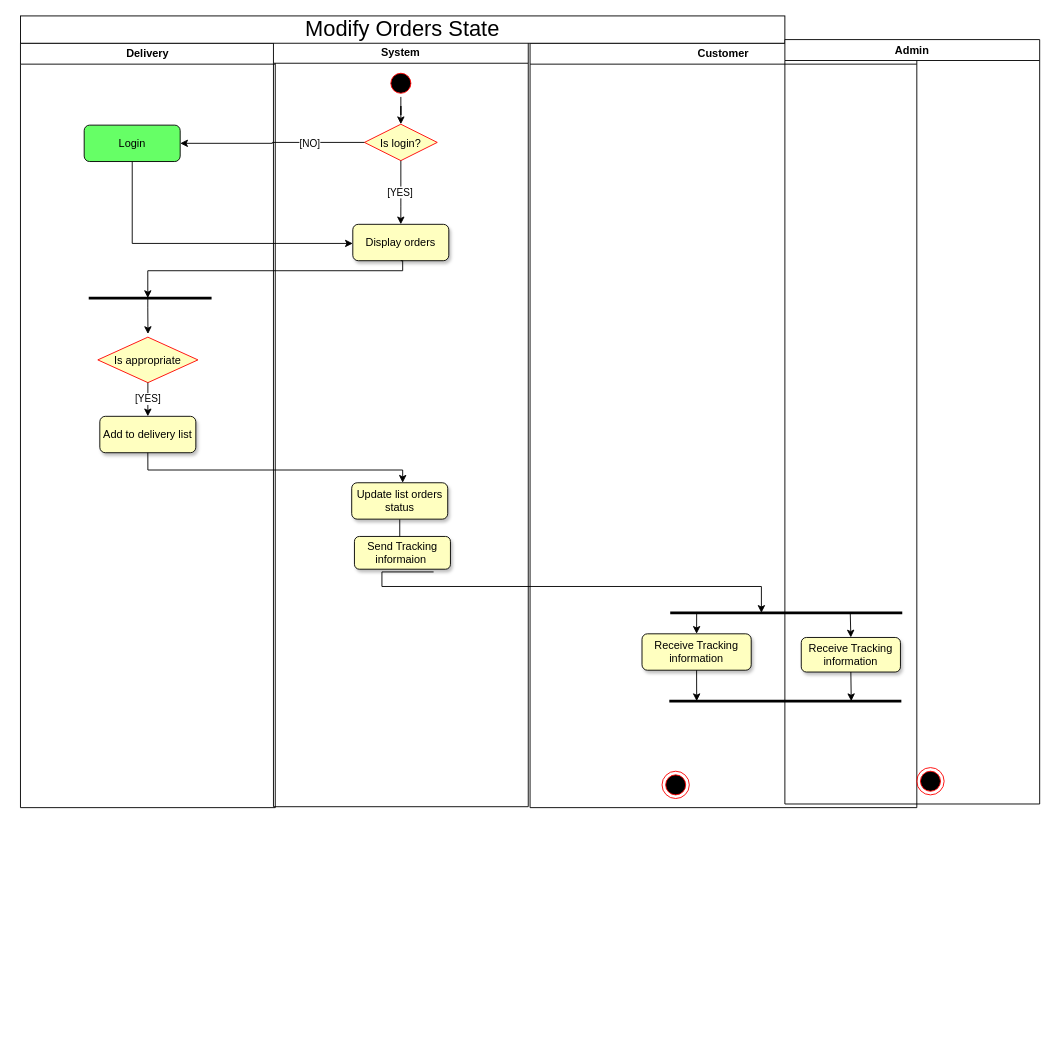
Earlier version of the draw.io diagram UML/activity diagram and scenario/Delivery Modifies Orders State/Modify Orders State activity diagram.drawio (eltohamy3/Ecommerce-System-analysis_project). Source tidied: cells renumbered, new cells numbered last; positions are measured from the earlier drawing's top-left corner, leaving out a move shared by most shapes. Both pictures are drawn from the tidied source at 91%, with x=0, y=0 at pixel (20, 15).
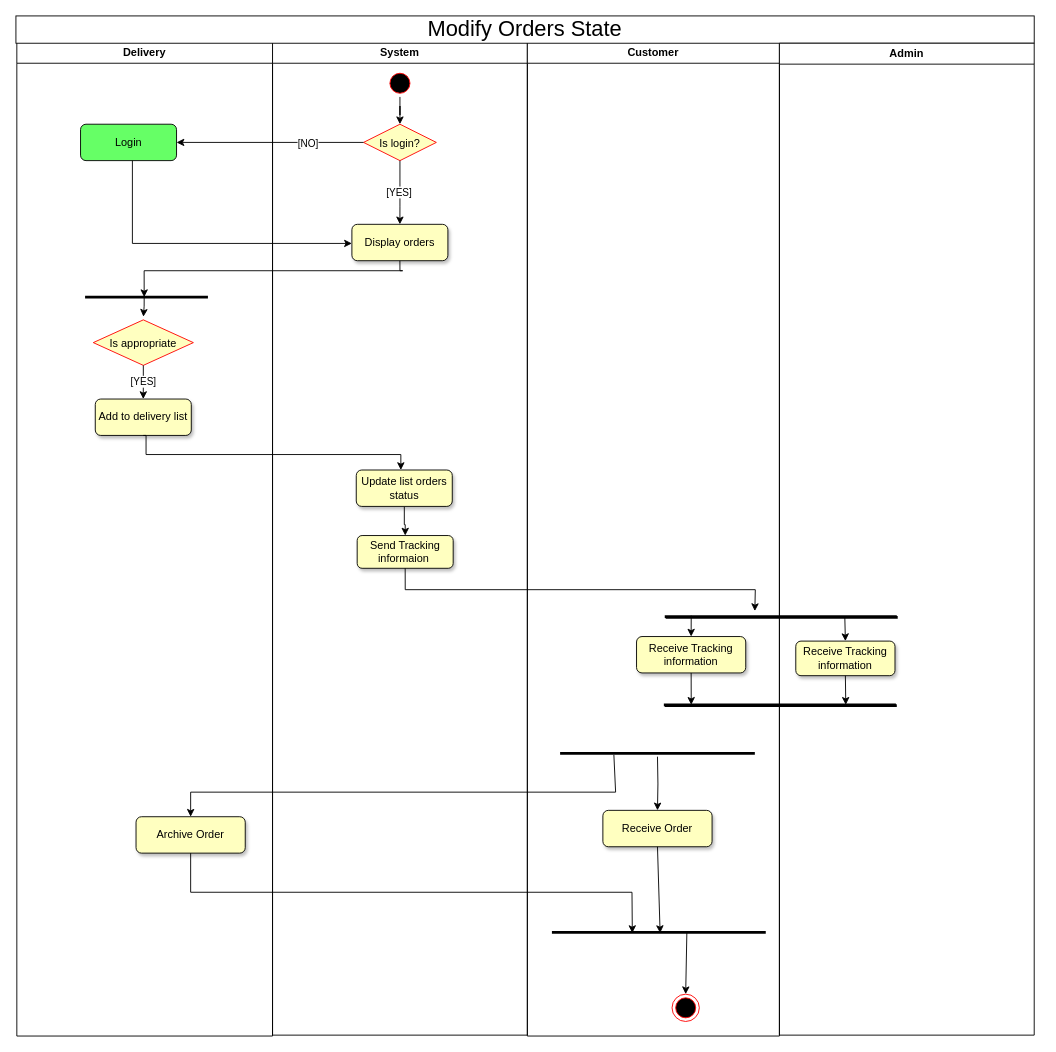
The same page after the edit.

Commit message (it also covers changes not shown here):
Update Modify Order Status

The edit, as a diff of the source:
```diff
@@
     <mxCell id="2" value="Delivery" style="swimlane;whiteSpace=wrap;fillColor=#FFFFFF;" parent="1" vertex="1">
-      <mxGeometry y="30" width="280" height="840" as="geometry" />
+      <mxGeometry x="-4" y="29" width="281" height="1092" as="geometry" />
     </mxCell>
@@
+    <mxCell id="8" value="&lt;span style=&quot;text-wrap-mode: nowrap;&quot;&gt;Login&lt;/span&gt;" style="rounded=1;whiteSpace=wrap;html=1;fillColor=#66FF66;" parent="2" vertex="1">
+      <mxGeometry x="70" y="90" width="105.5" height="40" as="geometry" />
+    </mxCell>
     <mxCell id="5" value="Is appropriate" style="rhombus;fillColor=#FFFFC0;strokeColor=#ff0000;" parent="2" vertex="1">
-      <mxGeometry x="85" y="323" width="110" height="50" as="geometry" />
+      <mxGeometry x="84" y="305" width="110" height="50" as="geometry" />
     </mxCell>
@@
     <mxCell id="7" value="Add to delivery list" style="rounded=1;whiteSpace=wrap;html=1;fillColor=#FFFFC0;shadow=1;" parent="2" vertex="1">
-      <mxGeometry x="87.2" y="410" width="105.5" height="40" as="geometry" />
+      <mxGeometry x="86.2" y="392" width="105.5" height="40" as="geometry" />
     </mxCell>
-    <mxCell id="8" value="&lt;span style=&quot;text-wrap-mode: nowrap;&quot;&gt;Login&lt;/span&gt;" style="rounded=1;whiteSpace=wrap;html=1;fillColor=#66FF66;" parent="2" vertex="1">
-      <mxGeometry x="70" y="90" width="105.5" height="40" as="geometry" />
-    </mxCell>
-    <mxCell id="9" value="System" style="swimlane;whiteSpace=wrap;fillColor=#FFFFFF;" parent="1" vertex="1">
-      <mxGeometry x="278" y="29" width="280" height="840" as="geometry" />
-    </mxCell>
-    <mxCell id="10" value="Display orders" style="rounded=1;whiteSpace=wrap;html=1;fillColor=#FFFFC0;shadow=1;" parent="9" vertex="1">
-      <mxGeometry x="87.2" y="200" width="105.5" height="40" as="geometry" />
-    </mxCell>
-    <mxCell id="11" style="edgeStyle=orthogonalEdgeStyle;rounded=0;jettySize=auto;html=1;fillColor=#FFFFC0;" parent="9" edge="1" source="12" target="13">
+    <mxCell id="11" style="edgeStyle=orthogonalEdgeStyle;rounded=0;jettySize=auto;html=1;fillColor=#FFFFC0;" parent="2" edge="1" source="12" target="13">
       <mxGeometry relative="1" as="geometry" />
     </mxCell>
-    <mxCell id="12" value="Update list orders status" style="rounded=1;whiteSpace=wrap;html=1;fillColor=#FFFFC0;shadow=1;" parent="9" vertex="1">
-      <mxGeometry x="86" y="484" width="105.5" height="40" as="geometry" />
+    <mxCell id="12" value="Update list orders status" style="rounded=1;whiteSpace=wrap;html=1;fillColor=#FFFFC0;shadow=1;" parent="2" vertex="1">
+      <mxGeometry x="373" y="470" width="105.5" height="40" as="geometry" />
     </mxCell>
-    <mxCell id="13" value="Send Tracking informaion&amp;nbsp;" style="rounded=1;whiteSpace=wrap;html=1;fillColor=#FFFFC0;shadow=1;" parent="9" vertex="1">
-      <mxGeometry x="89" y="543" width="105.5" height="36" as="geometry" />
+    <mxCell id="13" value="Send Tracking informaion&amp;nbsp;" style="rounded=1;whiteSpace=wrap;html=1;fillColor=#FFFFC0;shadow=1;" parent="2" vertex="1">
+      <mxGeometry x="374" y="542" width="105.5" height="36" as="geometry" />
     </mxCell>
+    <mxCell id="19" style="edgeStyle=orthogonalEdgeStyle;rounded=0;jettySize=auto;html=1;exitX=0.5;exitY=1;exitDx=0;exitDy=0;fillColor=#FFFFC0;" parent="2" edge="1" source="7" target="12">
+      <mxGeometry relative="1" as="geometry">
+        <Array as="points">
+          <mxPoint x="142" y="453" />
+          <mxPoint x="422" y="453" />
+        </Array>
+      </mxGeometry>
+    </mxCell>
+    <mxCell id="9" value="System" style="swimlane;whiteSpace=wrap;fillColor=#FFFFFF;" parent="1" vertex="1">
+      <mxGeometry x="277" y="29" width="280" height="1091" as="geometry" />
+    </mxCell>
+    <mxCell id="10" value="Display orders" style="rounded=1;whiteSpace=wrap;html=1;fillColor=#FFFFC0;shadow=1;" parent="9" vertex="1">
+      <mxGeometry x="87.2" y="200" width="105.5" height="40" as="geometry" />
+    </mxCell>
@@
-    <mxCell id="19" style="edgeStyle=orthogonalEdgeStyle;rounded=0;jettySize=auto;html=1;exitX=0.5;exitY=1;exitDx=0;exitDy=0;fillColor=#FFFFC0;" parent="1" edge="1" source="7" target="12">
-      <mxGeometry relative="1" as="geometry">
-        <Array as="points">
-          <mxPoint x="140" y="499" />
-          <mxPoint x="420" y="499" />
-        </Array>
-      </mxGeometry>
-    </mxCell>
@@
     <mxCell id="21" value="Customer" style="swimlane;whiteSpace=wrap;fillColor=#FFFFFF;" parent="1" vertex="1">
-      <mxGeometry x="560" y="30" width="425" height="840" as="geometry" />
+      <mxGeometry x="557" y="29" width="277" height="1092" as="geometry" />
     </mxCell>
+    <mxCell id="23" value="Receive Tracking information" style="rounded=1;whiteSpace=wrap;html=1;fillColor=#FFFFC0;shadow=1;" parent="21" vertex="1">
+      <mxGeometry x="120" y="653" width="120" height="40" as="geometry" />
+    </mxCell>
+    <mxCell id="38" style="line;strokeWidth=3;fillColor=#FFFFC0;align=left;verticalAlign=middle;spacingTop=-1;spacingLeft=3;spacingRight=3;labelPosition=right;strokeColor=inherit;" parent="21" vertex="1">
+      <mxGeometry x="36" y="712" width="214" height="139" as="geometry" />
+    </mxCell>
+    <mxCell id="39" style="line;strokeWidth=3;fillColor=#FFFFC0;align=left;verticalAlign=middle;spacingTop=-1;spacingLeft=3;spacingRight=3;labelPosition=right;points=[];portConstraint=eastwest;strokeColor=inherit;" parent="21" vertex="1">
+      <mxGeometry x="27" y="974" width="235" height="8" as="geometry" />
+    </mxCell>
+    <mxCell id="40" value="Archive Order" style="rounded=1;whiteSpace=wrap;html=1;fillColor=#FFFFC0;shadow=1;" parent="21" vertex="1">
+      <mxGeometry x="-430" y="851" width="120" height="40" as="geometry" />
+    </mxCell>
+    <mxCell id="41" style="edgeStyle=orthogonalEdgeStyle;rounded=0;jettySize=auto;html=1;" parent="21" edge="1" target="42">
+      <mxGeometry relative="1" as="geometry">
+        <mxPoint x="143" y="785" as="sourcePoint" />
+      </mxGeometry>
+    </mxCell>
+    <mxCell id="42" value="Receive Order" style="rounded=1;whiteSpace=wrap;html=1;fillColor=#FFFFC0;shadow=1;" parent="21" vertex="1">
+      <mxGeometry x="83" y="844" width="120" height="40" as="geometry" />
+    </mxCell>
+    <mxCell id="43" style="endArrow=classic;html=1;rounded=0;exitX=0.294;exitY=0.489;exitDx=0;exitDy=0;exitPerimeter=0;entryX=0.5;entryY=0;entryDx=0;entryDy=0;" parent="21" edge="1" target="40">
+      <mxGeometry relative="1" as="geometry">
+        <mxPoint x="95.1" y="783" as="sourcePoint" />
+        <Array as="points">
+          <mxPoint x="97" y="824" />
+          <mxPoint x="-370" y="824" />
+        </Array>
+      </mxGeometry>
+    </mxCell>
+    <mxCell id="44" style="endArrow=classic;html=1;rounded=0;exitX=0.5;exitY=1;exitDx=0;exitDy=0;entryX=0.506;entryY=0.603;entryDx=0;entryDy=0;entryPerimeter=0;" parent="21" edge="1" source="42" target="39">
+      <mxGeometry relative="1" as="geometry" />
+    </mxCell>
+    <mxCell id="45" style="endArrow=classic;html=1;rounded=0;exitX=0.5;exitY=1;exitDx=0;exitDy=0;entryX=0.376;entryY=0.603;entryDx=0;entryDy=0;entryPerimeter=0;" parent="21" edge="1" source="40" target="39">
+      <mxGeometry relative="1" as="geometry">
+        <Array as="points">
+          <mxPoint x="-370" y="934" />
+          <mxPoint x="115" y="934" />
+        </Array>
+      </mxGeometry>
+    </mxCell>
     <mxCell id="22" style="ellipse;shape=endState;fillColor=#000000;strokeColor=#ff0000;" parent="21" vertex="1">
-      <mxGeometry x="145" y="800" width="30" height="30" as="geometry" />
+      <mxGeometry x="159" y="1046" width="30" height="30" as="geometry" />
     </mxCell>
-    <mxCell id="23" value="Receive Tracking information" style="rounded=1;whiteSpace=wrap;html=1;fillColor=#FFFFC0;shadow=1;" parent="21" vertex="1">
-      <mxGeometry x="123" y="649" width="120" height="40" as="geometry" />
-    </mxCell>
-    <mxCell id="24" style="edgeStyle=orthogonalEdgeStyle;rounded=0;orthogonalLoop=1;jettySize=auto;html=1;" parent="21" edge="1">
-      <mxGeometry relative="1" as="geometry">
-        <mxPoint x="-106" y="581" as="sourcePoint" />
-        <mxPoint x="254.2" y="626" as="targetPoint" />
-        <Array as="points">
-          <mxPoint x="-162.8" y="597" />
-          <mxPoint x="254.2" y="597" />
-        </Array>
-      </mxGeometry>
-    </mxCell>
+    <mxCell id="46" style="endArrow=classic;html=1;rounded=0;exitX=0.631;exitY=0.603;exitDx=0;exitDy=0;exitPerimeter=0;entryX=0.5;entryY=0;entryDx=0;entryDy=0;" parent="21" edge="1" source="39" target="22">
+      <mxGeometry relative="1" as="geometry" />
+    </mxCell>
     <mxCell id="25" value="&lt;span style=&quot;text-align: left;&quot;&gt;&lt;font style=&quot;font-size: 24px;&quot;&gt;Modify Orders State&lt;/font&gt;&lt;/span&gt;" style="rounded=0;whiteSpace=wrap;html=1;" parent="1" vertex="1">
-      <mxGeometry width="840" height="30" as="geometry" />
+      <mxGeometry x="-5" width="1119" height="30" as="geometry" />
     </mxCell>
@@
     <mxCell id="29" value="Admin" style="swimlane;whiteSpace=wrap;fillColor=#FFFFFF;" parent="1" vertex="1">
-      <mxGeometry x="840" y="26" width="280" height="840" as="geometry" />
+      <mxGeometry x="834" y="30" width="280" height="1090" as="geometry" />
     </mxCell>
-    <mxCell id="30" style="ellipse;shape=endState;fillColor=#000000;strokeColor=#ff0000;" parent="29" vertex="1">
-      <mxGeometry x="145" y="800" width="30" height="30" as="geometry" />
-    </mxCell>
@@
+    <mxCell id="47" style="edgeStyle=orthogonalEdgeStyle;rounded=0;jettySize=auto;html=1;exitX=0.5;exitY=1;exitDx=0;exitDy=0;" parent="1" edge="1" source="13">
+      <mxGeometry relative="1" as="geometry">
+        <mxPoint x="807" y="654" as="targetPoint" />
+      </mxGeometry>
+    </mxCell>
+    <mxCell id="48" style="line;strokeWidth=3;fillColor=#FFFFC0;align=left;verticalAlign=middle;spacingTop=-1;spacingLeft=3;spacingRight=3;labelPosition=right;strokeColor=inherit;" parent="1" vertex="1">
+      <mxGeometry x="709" y="651" width="255" height="20" as="geometry" />
+    </mxCell>
+    <mxCell id="49" style="line;strokeWidth=3;fillColor=#FFFFC0;align=left;verticalAlign=middle;spacingTop=-1;spacingLeft=3;spacingRight=3;labelPosition=right;strokeColor=inherit;" parent="1" vertex="1">
+      <mxGeometry x="708" y="754" width="255" height="8" as="geometry" />
+    </mxCell>
```
